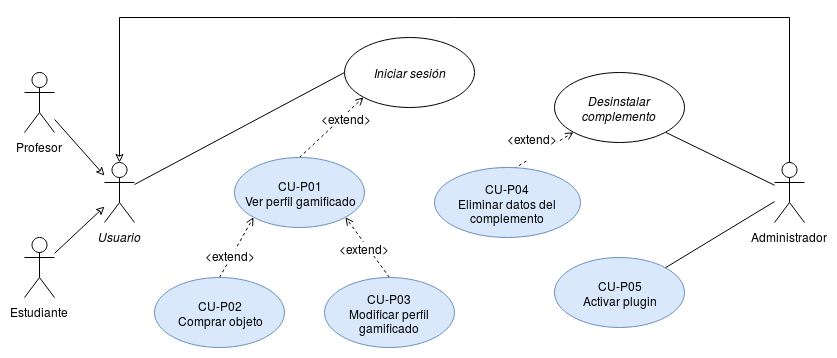
Before: docs/modulos/person/diagrams/UseCases.png, a diagram exported from draw.io (RicardoPolit/gamificationTT). Source tidied: cells renumbered, new cells last; positions are measured from the earlier drawing's top-left corner, leaving out a move shared by most shapes.
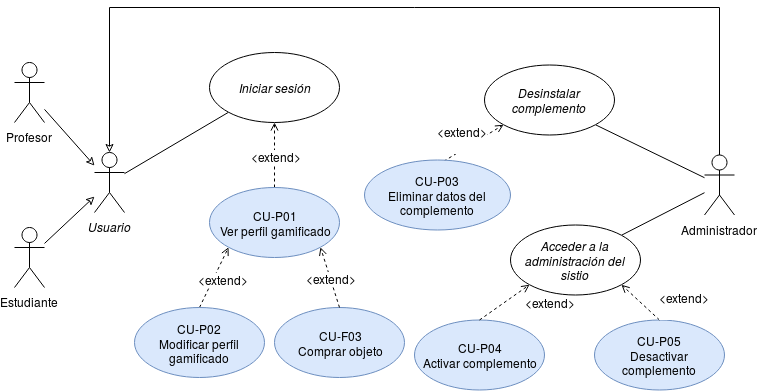
Later version of the same file.

Diff of the diagram source:
```diff
@@ -2,34 +2,27 @@
   <root>
     <mxCell id="0" />
     <mxCell id="1" parent="0" />
-    <mxCell id="2" style="edgeStyle=none;rounded=0;jettySize=auto;html=1;endArrow=none;endFill=0;entryX=0;entryY=0.5;entryDx=0;entryDy=0;" parent="1" edge="1" source="3" target="16">
+    <mxCell id="2" style="edgeStyle=none;rounded=0;jettySize=auto;html=1;endArrow=none;endFill=0;entryX=0;entryY=1;entryDx=0;entryDy=0;" parent="1" edge="1" source="3" target="16">
       <mxGeometry relative="1" as="geometry" />
     </mxCell>
     <mxCell id="3" value="&lt;i&gt;Usuario&lt;/i&gt;" style="shape=umlActor;verticalLabelPosition=bottom;labelBackgroundColor=#ffffff;verticalAlign=top;html=1;outlineConnect=0;" parent="1" vertex="1">
       <mxGeometry x="80" y="275" width="30" height="60" as="geometry" />
     </mxCell>
-    <mxCell id="4" style="edgeStyle=none;rounded=0;jettySize=auto;html=1;exitX=0.5;exitY=0;exitDx=0;exitDy=0;entryX=0;entryY=1;entryDx=0;entryDy=0;dashed=1;endArrow=open;endFill=0;" parent="1" edge="1" source="6" target="16">
+    <mxCell id="4" style="edgeStyle=none;rounded=0;jettySize=auto;html=1;exitX=0.5;exitY=0;exitDx=0;exitDy=0;entryX=0.5;entryY=1;entryDx=0;entryDy=0;dashed=1;endArrow=open;endFill=0;" parent="1" edge="1" source="6" target="16">
       <mxGeometry relative="1" as="geometry" />
     </mxCell>
     <mxCell id="5" value="&amp;lt;extend&amp;gt;" style="text;html=1;align=center;verticalAlign=middle;labelBackgroundColor=#ffffff;" parent="4" vertex="1">
-      <mxGeometry x="0.4" y="-3" relative="1" as="geometry" />
+      <mxGeometry x="0.4" y="-3" relative="1" as="geometry">
+        <mxPoint x="-1.5" y="13.5" as="offset" />
+      </mxGeometry>
     </mxCell>
     <mxCell id="6" value="&lt;div&gt;CU-P01&lt;/div&gt;Ver perfil gamificado" style="ellipse;whiteSpace=wrap;html=1;fillColor=#dae8fc;strokeColor=#6c8ebf;" parent="1" vertex="1">
-      <mxGeometry x="210" y="270" width="130" height="70" as="geometry" />
+      <mxGeometry x="195" y="310" width="130" height="70" as="geometry" />
     </mxCell>
-    <mxCell id="7" value="&lt;div&gt;CU-P05&lt;/div&gt;Activar plugin" style="ellipse;whiteSpace=wrap;html=1;fillColor=#dae8fc;strokeColor=#6c8ebf;" parent="1" vertex="1">
-      <mxGeometry x="530" y="370" width="130" height="70" as="geometry" />
+    <mxCell id="7" value="&lt;div&gt;CU-P04&lt;/div&gt;Activar complemento" style="ellipse;whiteSpace=wrap;html=1;fillColor=#dae8fc;strokeColor=#6c8ebf;" parent="1" vertex="1">
+      <mxGeometry x="400" y="442.5" width="130" height="70" as="geometry" />
     </mxCell>
-    <mxCell id="8" style="edgeStyle=none;rounded=0;jettySize=auto;html=1;exitX=0.5;exitY=0;exitDx=0;exitDy=0;entryX=0;entryY=1;entryDx=0;entryDy=0;dashed=1;endArrow=open;endFill=0;" parent="1" edge="1" source="10" target="6">
-      <mxGeometry relative="1" as="geometry" />
-    </mxCell>
-    <mxCell id="9" value="&amp;lt;extend&amp;gt;" style="text;html=1;align=center;verticalAlign=middle;labelBackgroundColor=#ffffff;" parent="8" vertex="1">
-      <mxGeometry x="-0.27" y="2" relative="1" as="geometry" />
-    </mxCell>
-    <mxCell id="10" value="&lt;div&gt;CU-P02&lt;/div&gt;Comprar objeto" style="ellipse;whiteSpace=wrap;html=1;fillColor=#dae8fc;strokeColor=#6c8ebf;" parent="1" vertex="1">
-      <mxGeometry x="130" y="390" width="130" height="70" as="geometry" />
-    </mxCell>
-    <mxCell id="11" style="rounded=0;jettySize=auto;html=1;exitX=0.5;exitY=0;exitDx=0;exitDy=0;entryX=1;entryY=1;entryDx=0;entryDy=0;dashed=1;endArrow=open;endFill=0;" parent="1" edge="1" source="13" target="6">
+    <mxCell id="11" style="rounded=0;jettySize=auto;html=1;exitX=0.5;exitY=0;exitDx=0;exitDy=0;entryX=0;entryY=1;entryDx=0;entryDy=0;dashed=1;endArrow=open;endFill=0;" parent="1" edge="1" source="13" target="6">
       <mxGeometry relative="1" as="geometry" />
     </mxCell>
     <mxCell id="12" value="&lt;div&gt;&amp;lt;extend&amp;gt;&lt;/div&gt;" style="text;html=1;align=center;verticalAlign=middle;labelBackgroundColor=#ffffff;" parent="11" vertex="1">
@@ -37,8 +30,8 @@
         <mxPoint x="3" y="10.5" as="offset" />
       </mxGeometry>
     </mxCell>
-    <mxCell id="13" value="&lt;div&gt;CU-P03&lt;/div&gt;Modificar perfil gamificado" style="ellipse;whiteSpace=wrap;html=1;fillColor=#dae8fc;strokeColor=#6c8ebf;" parent="1" vertex="1">
-      <mxGeometry x="300" y="390" width="130" height="70" as="geometry" />
+    <mxCell id="13" value="&lt;div&gt;CU-P02&lt;/div&gt;Modificar perfil gamificado" style="ellipse;whiteSpace=wrap;html=1;fillColor=#dae8fc;strokeColor=#6c8ebf;" parent="1" vertex="1">
+      <mxGeometry x="120" y="430" width="130" height="70" as="geometry" />
     </mxCell>
     <mxCell id="14" style="edgeStyle=elbowEdgeStyle;rounded=0;jettySize=auto;html=1;endArrow=classic;endFill=0;entryX=0.5;entryY=0;entryDx=0;entryDy=0;entryPerimeter=0;startArrow=none;startFill=0;" parent="1" edge="1" source="15" target="3">
       <mxGeometry relative="1" as="geometry">
@@ -50,10 +43,10 @@
       </mxGeometry>
     </mxCell>
     <mxCell id="15" value="Administrador" style="shape=umlActor;verticalLabelPosition=bottom;labelBackgroundColor=#ffffff;verticalAlign=top;html=1;outlineConnect=0;" parent="1" vertex="1">
-      <mxGeometry x="750" y="275" width="30" height="60" as="geometry" />
+      <mxGeometry x="690" y="277.5" width="30" height="60" as="geometry" />
     </mxCell>
     <mxCell id="16" value="&lt;i&gt;Iniciar sesión&lt;/i&gt;" style="ellipse;whiteSpace=wrap;html=1;" parent="1" vertex="1">
-      <mxGeometry x="320" y="150" width="130" height="70" as="geometry" />
+      <mxGeometry x="195" y="175" width="130" height="70" as="geometry" />
     </mxCell>
     <mxCell id="17" style="rounded=0;jettySize=auto;html=1;startArrow=none;startFill=0;endArrow=classic;endFill=0;" parent="1" edge="1" source="18" target="3">
       <mxGeometry relative="1" as="geometry" />
@@ -78,14 +71,47 @@
         <mxPoint x="1.5" y="-15.5" as="offset" />
       </mxGeometry>
     </mxCell>
-    <mxCell id="24" value="&lt;div&gt;CU-P04&lt;/div&gt;Eliminar datos del complemento" style="ellipse;whiteSpace=wrap;html=1;fillColor=#dae8fc;strokeColor=#6c8ebf;" parent="1" vertex="1">
-      <mxGeometry x="410" y="280" width="146" height="70" as="geometry" />
+    <mxCell id="24" value="&lt;div&gt;CU-P03&lt;/div&gt;Eliminar datos del complemento" style="ellipse;whiteSpace=wrap;html=1;fillColor=#dae8fc;strokeColor=#6c8ebf;" parent="1" vertex="1">
+      <mxGeometry x="350" y="282.5" width="146" height="70" as="geometry" />
     </mxCell>
     <mxCell id="25" value="&lt;i&gt;Desinstalar complemento&lt;br&gt;&lt;/i&gt;" style="ellipse;whiteSpace=wrap;html=1;" parent="1" vertex="1">
-      <mxGeometry x="530" y="185" width="130" height="70" as="geometry" />
+      <mxGeometry x="470" y="187.5" width="130" height="70" as="geometry" />
     </mxCell>
-    <mxCell id="26" style="edgeStyle=none;rounded=0;jettySize=auto;html=1;endArrow=none;endFill=0;entryX=1;entryY=0;entryDx=0;entryDy=0;" parent="1" edge="1" source="15" target="7">
+    <mxCell id="26" style="edgeStyle=none;rounded=0;jettySize=auto;html=1;endArrow=none;endFill=0;entryX=1;entryY=0;entryDx=0;entryDy=0;" parent="1" edge="1" source="15" target="27">
       <mxGeometry relative="1" as="geometry" />
     </mxCell>
+    <mxCell id="27" value="Acceder a la administración del sistio" style="ellipse;whiteSpace=wrap;html=1;fontStyle=2;" parent="1" vertex="1">
+      <mxGeometry x="496" y="347.5" width="130" height="70" as="geometry" />
+    </mxCell>
+    <mxCell id="28" style="edgeStyle=none;rounded=0;jettySize=auto;html=1;startArrow=none;startFill=0;endArrow=open;endFill=0;dashed=1;entryX=0;entryY=1;entryDx=0;entryDy=0;exitX=0.5;exitY=0;exitDx=0;exitDy=0;" parent="1" edge="1" source="7" target="27">
+      <mxGeometry relative="1" as="geometry" />
+    </mxCell>
+    <mxCell id="29" value="&lt;div&gt;&amp;lt;extend&amp;gt;&lt;/div&gt;&lt;div&gt;&lt;br&gt;&lt;/div&gt;" style="text;html=1;align=center;verticalAlign=middle;labelBackgroundColor=#ffffff;" parent="28" vertex="1">
+      <mxGeometry x="-0.48" y="-2" relative="1" as="geometry">
+        <mxPoint x="56" y="-2.5" as="offset" />
+      </mxGeometry>
+    </mxCell>
+    <mxCell id="30" value="&lt;div&gt;CU-P05&lt;/div&gt;Desactivar complemento" style="ellipse;whiteSpace=wrap;html=1;fillColor=#dae8fc;strokeColor=#6c8ebf;" parent="1" vertex="1">
+      <mxGeometry x="580" y="442.5" width="130" height="70" as="geometry" />
+    </mxCell>
+    <mxCell id="31" style="edgeStyle=none;rounded=0;jettySize=auto;html=1;startArrow=none;startFill=0;endArrow=open;endFill=0;dashed=1;entryX=1;entryY=1;entryDx=0;entryDy=0;exitX=0.5;exitY=0;exitDx=0;exitDy=0;" parent="1" edge="1" source="30" target="27">
+      <mxGeometry relative="1" as="geometry" />
+    </mxCell>
+    <mxCell id="32" value="&lt;div&gt;&amp;lt;extend&amp;gt;&lt;/div&gt;&lt;div&gt;&lt;br&gt;&lt;/div&gt;" style="text;html=1;align=center;verticalAlign=middle;labelBackgroundColor=#ffffff;" parent="31" vertex="1">
+      <mxGeometry x="-0.48" y="-2" relative="1" as="geometry">
+        <mxPoint x="33.5" y="-4.5" as="offset" />
+      </mxGeometry>
+    </mxCell>
+    <mxCell id="33" value="&lt;div&gt;CU-F03&lt;/div&gt;Comprar objeto" style="ellipse;whiteSpace=wrap;html=1;fillColor=#dae8fc;strokeColor=#6c8ebf;" parent="1" vertex="1">
+      <mxGeometry x="260" y="430" width="130" height="70" as="geometry" />
+    </mxCell>
+    <mxCell id="34" style="rounded=0;jettySize=auto;html=1;exitX=0.5;exitY=0;exitDx=0;exitDy=0;entryX=1;entryY=1;entryDx=0;entryDy=0;dashed=1;endArrow=open;endFill=0;" parent="1" edge="1" source="33" target="6">
+      <mxGeometry relative="1" as="geometry" />
+    </mxCell>
+    <mxCell id="35" value="&lt;div&gt;&amp;lt;extend&amp;gt;&lt;/div&gt;" style="text;html=1;align=center;verticalAlign=middle;labelBackgroundColor=#ffffff;" parent="34" vertex="1">
+      <mxGeometry x="0.32" y="-1" relative="1" as="geometry">
+        <mxPoint x="3" y="10.5" as="offset" />
+      </mxGeometry>
+    </mxCell>
   </root>
 </mxGraphModel>
```
